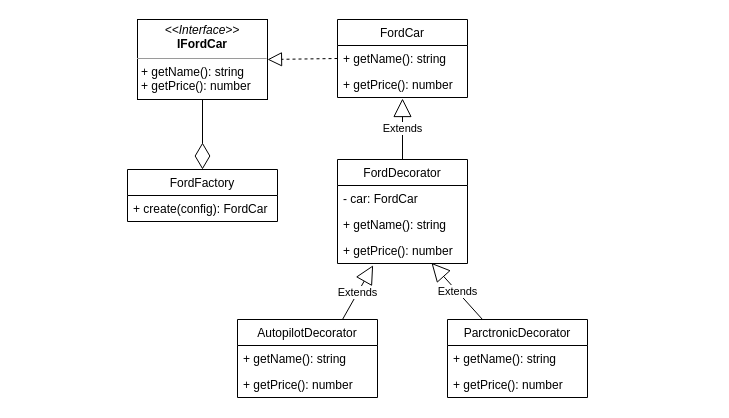
The draw.io diagram Structural_patterns/decorator/decorator.drawio in Nik6996/test_pattern, before the edit. Source tidied: cells renumbered, new cells numbered last; positions are measured from the earlier drawing's top-left corner, leaving out a move shared by most shapes. Both pictures are drawn from the tidied source at 100%, with x=0, y=0 at pixel (127, 19).
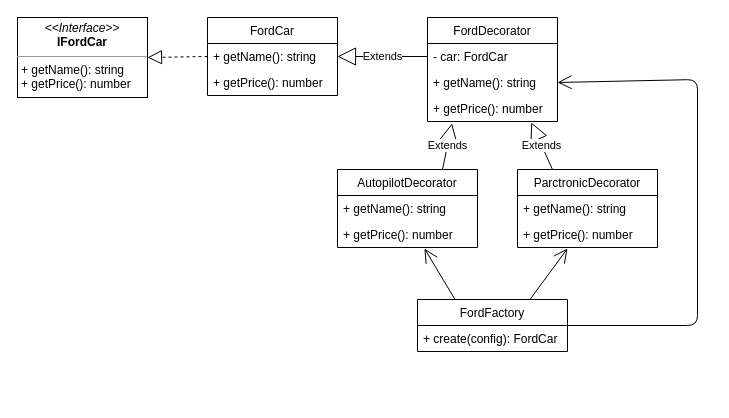
The same diagram, later.

The change refers to these unchanged cells:
```xml
<mxCell id="6" value="+ getName(): string&#10;" style="text;strokeColor=none;fillColor=none;align=left;verticalAlign=top;spacingLeft=4;spacingRight=4;overflow=hidden;points=[[0,0.5],[1,0.5]];portConstraint=eastwest;" parent="5" vertex="1">
  <mxGeometry y="26" width="130" height="26" as="geometry" />
</mxCell>
<mxCell id="9" value="- car: FordCar" style="text;strokeColor=none;fillColor=none;align=left;verticalAlign=top;spacingLeft=4;spacingRight=4;overflow=hidden;points=[[0,0.5],[1,0.5]];portConstraint=eastwest;" parent="8" vertex="1">
  <mxGeometry y="26" width="130" height="26" as="geometry" />
</mxCell>
<mxCell id="10" value="+ getName(): string&#10;" style="text;strokeColor=none;fillColor=none;align=left;verticalAlign=top;spacingLeft=4;spacingRight=4;overflow=hidden;points=[[0,0.5],[1,0.5]];portConstraint=eastwest;" parent="8" vertex="1">
  <mxGeometry y="52" width="130" height="26" as="geometry" />
</mxCell>
<mxCell id="11" value="+ getPrice(): number" style="text;strokeColor=none;fillColor=none;align=left;verticalAlign=top;spacingLeft=4;spacingRight=4;overflow=hidden;points=[[0,0.5],[1,0.5]];portConstraint=eastwest;" parent="8" vertex="1">
  <mxGeometry y="78" width="130" height="26" as="geometry" />
</mxCell>
<mxCell id="17" value="+ getPrice(): number" style="text;strokeColor=none;fillColor=none;align=left;verticalAlign=top;spacingLeft=4;spacingRight=4;overflow=hidden;points=[[0,0.5],[1,0.5]];portConstraint=eastwest;" parent="15" vertex="1">
  <mxGeometry y="52" width="140" height="26" as="geometry" />
</mxCell>
```

What changed in the source:
```diff
@@
     <mxCell id="4" value="&lt;p style=&quot;margin: 0px ; margin-top: 4px ; text-align: center&quot;&gt;&lt;i&gt;&amp;lt;&amp;lt;Interface&amp;gt;&amp;gt;&lt;/i&gt;&lt;br&gt;&lt;b&gt;IFordCar&lt;/b&gt;&lt;/p&gt;&lt;hr size=&quot;1&quot;&gt;&lt;p style=&quot;margin: 0px ; margin-left: 4px&quot;&gt;&lt;span&gt;+ getName(): string&lt;/span&gt;&lt;/p&gt;&lt;p style=&quot;margin: 0px ; margin-left: 4px&quot;&gt;&lt;span&gt;+ getPrice(): number&lt;/span&gt;&lt;/p&gt;" style="verticalAlign=top;align=left;overflow=fill;fontSize=12;fontFamily=Helvetica;html=1;" parent="1" vertex="1">
-      <mxGeometry x="10" width="130" height="80" as="geometry" />
+      <mxGeometry x="-110" y="-2" width="130" height="80" as="geometry" />
     </mxCell>
     <mxCell id="5" value="FordCar" style="swimlane;fontStyle=0;horizontal=1;startSize=26;fillColor=none;" parent="1" vertex="1">
-      <mxGeometry x="210" width="130" height="78" as="geometry" />
+      <mxGeometry x="80" y="-2" width="130" height="78" as="geometry" />
     </mxCell>
@@
     <mxCell id="8" value="FordDecorator" style="swimlane;fontStyle=0;horizontal=1;startSize=26;fillColor=none;" parent="1" vertex="1">
-      <mxGeometry x="210" y="140" width="130" height="104" as="geometry" />
+      <mxGeometry x="300" y="-2" width="130" height="104" as="geometry" />
     </mxCell>
@@
     <mxCell id="12" value="ParctronicDecorator" style="swimlane;fontStyle=0;horizontal=1;startSize=26;fillColor=none;" parent="1" vertex="1">
-      <mxGeometry x="320" y="300" width="140" height="78" as="geometry" />
+      <mxGeometry x="390" y="150" width="140" height="78" as="geometry" />
     </mxCell>
@@
     <mxCell id="15" value="AutopilotDecorator" style="swimlane;fontStyle=0;horizontal=1;startSize=26;fillColor=none;" parent="1" vertex="1">
-      <mxGeometry x="110" y="300" width="140" height="78" as="geometry" />
+      <mxGeometry x="210" y="150" width="140" height="78" as="geometry" />
     </mxCell>
@@
     <mxCell id="18" value="FordFactory" style="swimlane;fontStyle=0;horizontal=1;startSize=26;fillColor=none;" parent="1" vertex="1">
-      <mxGeometry y="150" width="150" height="52" as="geometry" />
+      <mxGeometry x="290" y="280" width="150" height="52" as="geometry" />
     </mxCell>
@@
-    <mxCell id="21" value="Extends" style="endArrow=block;endSize=16;endFill=0;html=1;exitX=0.5;exitY=0;exitDx=0;exitDy=0;" parent="1" edge="1" source="8">
-      <mxGeometry relative="1" as="geometry">
-        <mxPoint x="275" y="79" as="targetPoint" />
-      </mxGeometry>
+    <mxCell id="21" value="Extends" style="endArrow=block;endSize=16;endFill=0;html=1;exitX=0;exitY=0.5;exitDx=0;exitDy=0;entryX=1;entryY=0.5;entryDx=0;entryDy=0;" parent="1" edge="1" source="9" target="6">
+      <mxGeometry relative="1" as="geometry" />
     </mxCell>
-    <mxCell id="22" value="Extends" style="endArrow=block;endSize=16;endFill=0;html=1;entryX=0.274;entryY=1.069;entryDx=0;entryDy=0;entryPerimeter=0;exitX=0.75;exitY=0;exitDx=0;exitDy=0;" parent="1" edge="1" source="15" target="11">
-      <mxGeometry relative="1" as="geometry" />
-    </mxCell>
-    <mxCell id="23" value="Extends" style="endArrow=block;endSize=16;endFill=0;html=1;exitX=0.25;exitY=0;exitDx=0;exitDy=0;entryX=0.723;entryY=0.977;entryDx=0;entryDy=0;entryPerimeter=0;" parent="1" edge="1" source="12" target="11">
+    <mxCell id="23" value="Extends" style="endArrow=block;endSize=16;endFill=0;html=1;exitX=0.25;exitY=0;exitDx=0;exitDy=0;entryX=0.798;entryY=1.038;entryDx=0;entryDy=0;entryPerimeter=0;" parent="1" edge="1" source="12" target="11">
       <mxGeometry relative="1" as="geometry" />
     </mxCell>
-    <mxCell id="24" style="endArrow=diamondThin;endFill=0;endSize=24;html=1;exitX=0.5;exitY=1;exitDx=0;exitDy=0;entryX=0.5;entryY=0;entryDx=0;entryDy=0;" parent="1" edge="1" source="4" target="18">
+    <mxCell id="24" value="Extends" style="endArrow=block;endSize=16;endFill=0;html=1;entryX=0.189;entryY=1.069;entryDx=0;entryDy=0;exitX=0.75;exitY=0;exitDx=0;exitDy=0;entryPerimeter=0;" parent="1" edge="1" source="15" target="11">
       <mxGeometry relative="1" as="geometry" />
     </mxCell>
+    <mxCell id="25" style="endArrow=open;endFill=1;endSize=12;html=1;exitX=0.25;exitY=0;exitDx=0;exitDy=0;entryX=0.621;entryY=1.038;entryDx=0;entryDy=0;entryPerimeter=0;" parent="1" edge="1" source="18" target="17">
+      <mxGeometry relative="1" as="geometry" />
+    </mxCell>
+    <mxCell id="26" style="endArrow=open;endFill=1;endSize=12;html=1;exitX=0.75;exitY=0;exitDx=0;exitDy=0;" parent="1" edge="1" source="18">
+      <mxGeometry relative="1" as="geometry">
+        <mxPoint x="440" y="229" as="targetPoint" />
+      </mxGeometry>
+    </mxCell>
+    <mxCell id="27" style="endArrow=open;endFill=1;endSize=12;html=1;exitX=1;exitY=0.5;exitDx=0;exitDy=0;entryX=1;entryY=0.5;entryDx=0;entryDy=0;" parent="1" edge="1" source="18" target="10">
+      <mxGeometry relative="1" as="geometry">
+        <Array as="points">
+          <mxPoint x="570" y="306" />
+          <mxPoint x="570" y="60" />
+        </Array>
+      </mxGeometry>
+    </mxCell>
```
